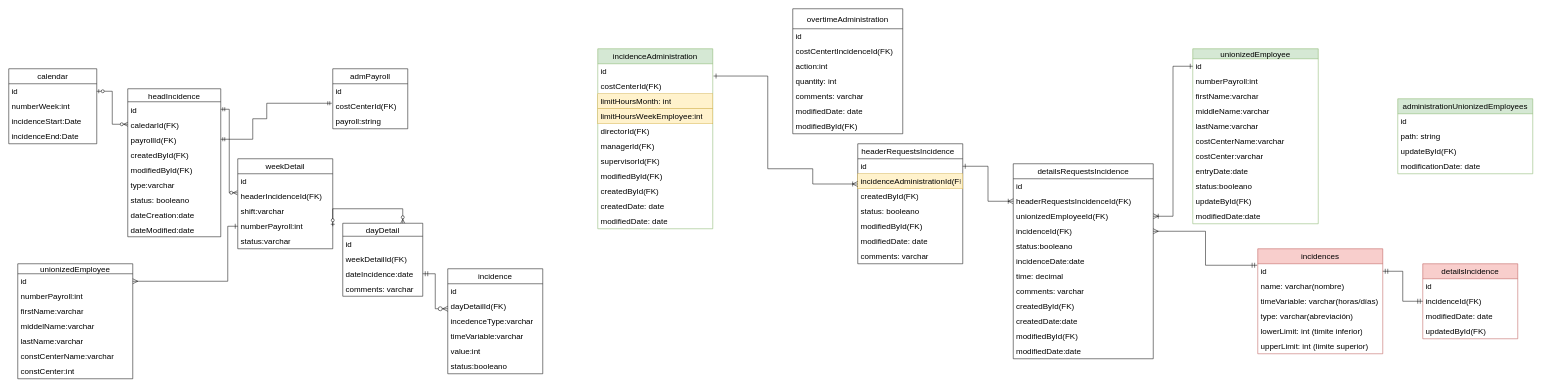
This is page "Page-RelationalDiagram" (1 of 2) of Untitled Diagram.drawio from SocorroGC30/prueba3, a draw.io file, before an edit. Source tidied: cells renumbered, new cells numbered last; positions are measured from the earlier drawing's top-left corner, leaving out a move shared by most shapes. Both pictures are drawn from the tidied source at 50%, with x=0, y=0 at pixel (8, 8).
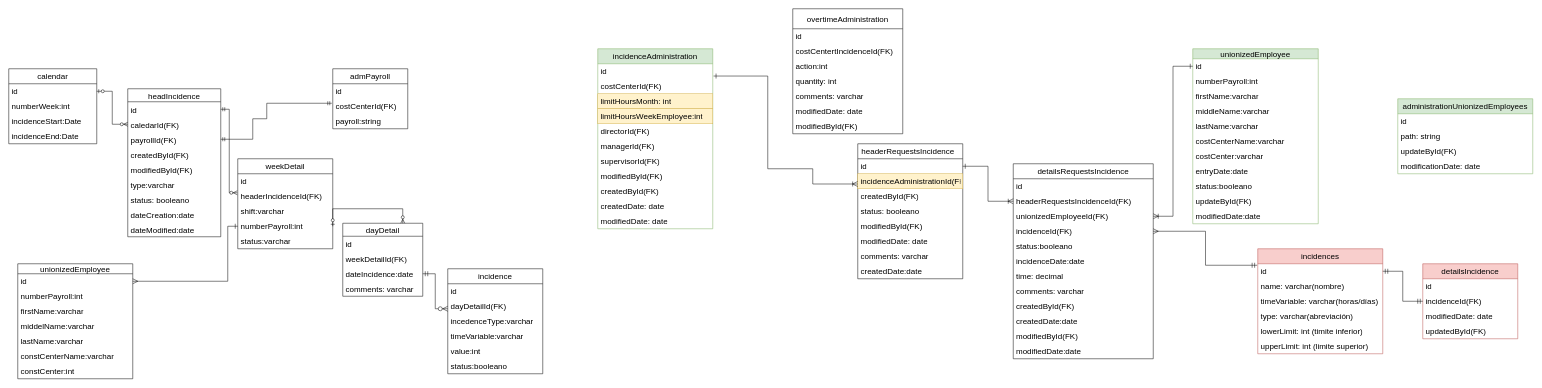
The same page after the edit.

The edit, as a diff of the source:
```diff
@@
     <mxCell id="44" value="headerRequestsIncidence&amp;nbsp;&amp;nbsp;" style="swimlane;fontStyle=0;horizontal=1;startSize=30;whiteSpace=wrap;html=1;fontSize=16;rounded=0;" parent="1" vertex="1">
-      <mxGeometry x="1698" y="270" width="210" height="240" as="geometry" />
+      <mxGeometry x="1698" y="270" width="210" height="270" as="geometry" />
     </mxCell>
@@
+    <mxCell id="128" value="createdDate:date" style="text;strokeColor=none;fillColor=none;align=left;verticalAlign=middle;spacingLeft=4;spacingRight=4;overflow=hidden;whiteSpace=wrap;html=1;fontSize=16;rounded=0;" parent="44" vertex="1">
+      <mxGeometry y="240" width="210" height="30" as="geometry" />
+    </mxCell>
```
